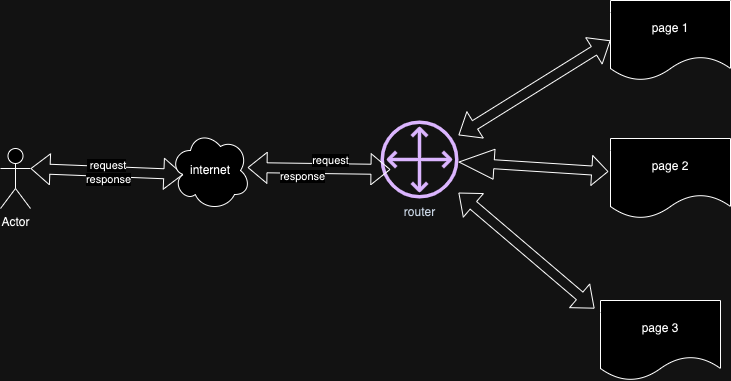
Above: docs/wby_platform.png in pomelio/cookbook (draw.io), before the change. Source tidied: cells renumbered, new cells last; positions are measured from the earlier drawing's top-left corner, leaving out a move shared by most shapes. Its diagram source:
```xml
<mxGraphModel>
  <root>
    <mxCell id="0" />
    <mxCell id="1" parent="0" />
    <mxCell id="2" value="Actor" style="shape=umlActor;verticalLabelPosition=bottom;verticalAlign=top;html=1;outlineConnect=0;" parent="1" vertex="1">
      <mxGeometry y="148" width="30" height="60" as="geometry" />
    </mxCell>
    <mxCell id="3" value="router" style="sketch=0;outlineConnect=0;fontColor=#232F3E;gradientColor=none;fillColor=#4D27AA;strokeColor=none;dashed=0;verticalLabelPosition=bottom;verticalAlign=top;align=center;html=1;fontSize=12;fontStyle=0;shape=mxgraph.aws4.customer_gateway;" parent="1" vertex="1">
      <mxGeometry x="380" y="120" width="78" height="78" as="geometry" />
    </mxCell>
    <mxCell id="4" value="page 1" style="shape=document;whiteSpace=wrap;html=1;boundedLbl=1;" parent="1" vertex="1">
      <mxGeometry x="610" width="120" height="80" as="geometry" />
    </mxCell>
    <mxCell id="5" value="page 2" style="shape=document;whiteSpace=wrap;html=1;boundedLbl=1;" parent="1" vertex="1">
      <mxGeometry x="610" y="138" width="120" height="80" as="geometry" />
    </mxCell>
    <mxCell id="6" value="page 3" style="shape=document;whiteSpace=wrap;html=1;boundedLbl=1;" parent="1" vertex="1">
      <mxGeometry x="600" y="300" width="120" height="80" as="geometry" />
    </mxCell>
    <mxCell id="7" style="shape=flexArrow;endArrow=classic;startArrow=classic;html=1;rounded=0;entryX=0;entryY=0.5;entryDx=0;entryDy=0;" parent="1" edge="1" source="3" target="4">
      <mxGeometry relative="1" as="geometry" />
    </mxCell>
    <mxCell id="8" style="shape=flexArrow;endArrow=classic;startArrow=classic;html=1;rounded=0;width=9;endSize=5.08;entryX=-0.017;entryY=0.413;entryDx=0;entryDy=0;entryPerimeter=0;startSize=11.37;" parent="1" edge="1" source="3" target="5">
      <mxGeometry relative="1" as="geometry" />
    </mxCell>
    <mxCell id="9" style="shape=flexArrow;endArrow=classic;startArrow=classic;html=1;rounded=0;entryX=-0.05;entryY=0.1;entryDx=0;entryDy=0;entryPerimeter=0;" parent="1" edge="1" source="3" target="6">
      <mxGeometry relative="1" as="geometry" />
    </mxCell>
    <mxCell id="10" style="shape=flexArrow;endArrow=classic;startArrow=classic;html=1;rounded=0;entryX=0.16;entryY=0.55;entryDx=0;entryDy=0;entryPerimeter=0;exitX=1;exitY=0.3333333333333333;exitDx=0;exitDy=0;exitPerimeter=0;" parent="1" edge="1" source="2" target="13">
      <mxGeometry relative="1" as="geometry" />
    </mxCell>
    <mxCell id="11" value="&amp;nbsp;request" style="edgeLabel;html=1;align=center;verticalAlign=middle;" parent="10" vertex="1">
      <mxGeometry x="-0.01" y="6" relative="1" as="geometry" />
    </mxCell>
    <mxCell id="12" value="response" style="edgeLabel;html=1;align=center;verticalAlign=middle;" parent="10" vertex="1">
      <mxGeometry x="0.02" y="-7" relative="1" as="geometry" />
    </mxCell>
    <mxCell id="13" value="internet" style="ellipse;shape=cloud;whiteSpace=wrap;html=1;" parent="1" vertex="1">
      <mxGeometry x="170" y="130" width="80" height="80" as="geometry" />
    </mxCell>
    <mxCell id="14" style="shape=flexArrow;endArrow=classic;startArrow=classic;html=1;rounded=0;entryX=0.128;entryY=0.628;entryDx=0;entryDy=0;entryPerimeter=0;exitX=0.963;exitY=0.463;exitDx=0;exitDy=0;exitPerimeter=0;" parent="1" edge="1" source="13" target="3">
      <mxGeometry relative="1" as="geometry" />
    </mxCell>
    <mxCell id="15" value="request" style="edgeLabel;html=1;align=center;verticalAlign=middle;" parent="14" vertex="1">
      <mxGeometry x="0.14" y="9" relative="1" as="geometry" />
    </mxCell>
    <mxCell id="16" value="response" style="edgeLabel;html=1;align=center;verticalAlign=middle;" parent="14" vertex="1">
      <mxGeometry x="-0.23" y="-8" relative="1" as="geometry" />
    </mxCell>
  </root>
</mxGraphModel>
```
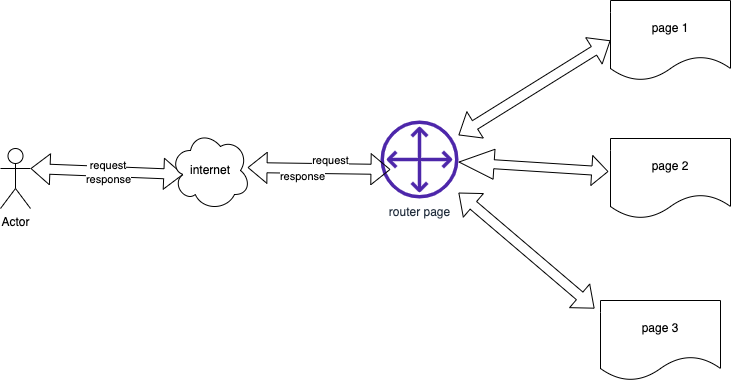
After the commit.

The edit, as a diff of the source:
```diff
@@ -5,7 +5,7 @@
     <mxCell id="2" value="Actor" style="shape=umlActor;verticalLabelPosition=bottom;verticalAlign=top;html=1;outlineConnect=0;" parent="1" vertex="1">
       <mxGeometry y="148" width="30" height="60" as="geometry" />
     </mxCell>
-    <mxCell id="3" value="router" style="sketch=0;outlineConnect=0;fontColor=#232F3E;gradientColor=none;fillColor=#4D27AA;strokeColor=none;dashed=0;verticalLabelPosition=bottom;verticalAlign=top;align=center;html=1;fontSize=12;fontStyle=0;shape=mxgraph.aws4.customer_gateway;" parent="1" vertex="1">
+    <mxCell id="3" value="router page" style="sketch=0;outlineConnect=0;fontColor=#232F3E;gradientColor=none;fillColor=#4D27AA;strokeColor=none;dashed=0;verticalLabelPosition=bottom;verticalAlign=top;align=center;html=1;fontSize=12;fontStyle=0;shape=mxgraph.aws4.customer_gateway;" parent="1" vertex="1">
       <mxGeometry x="380" y="120" width="78" height="78" as="geometry" />
     </mxCell>
     <mxCell id="4" value="page 1" style="shape=document;whiteSpace=wrap;html=1;boundedLbl=1;" parent="1" vertex="1">
```
